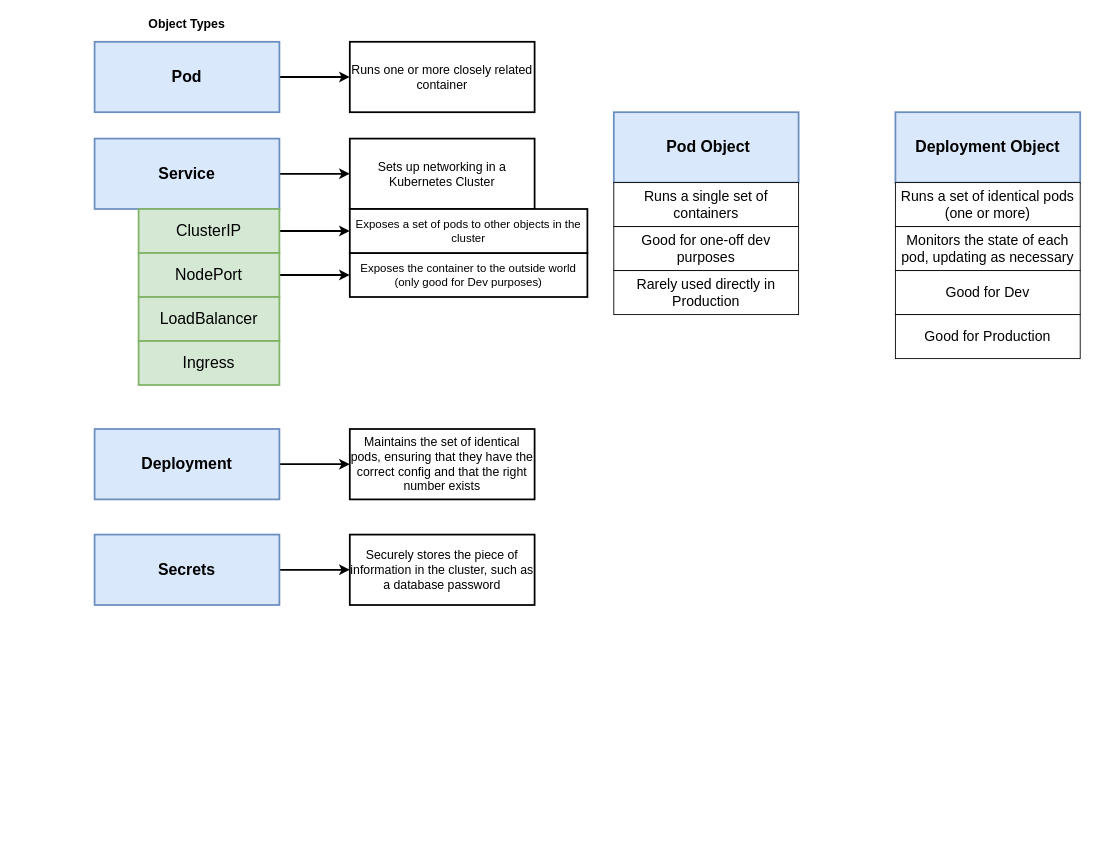
Above: page "Pods_Services" (6 of 11) of kubernetes/Kubernetes_Cluster.drawio in micheal08/mylearningdata (draw.io), before the change. Source tidied: cells renumbered, new cells numbered last; positions are measured from the earlier drawing's top-left corner, leaving out a move shared by most shapes. Both pictures are drawn from the tidied source at 88%, with x=0, y=0 at pixel (94, 15).
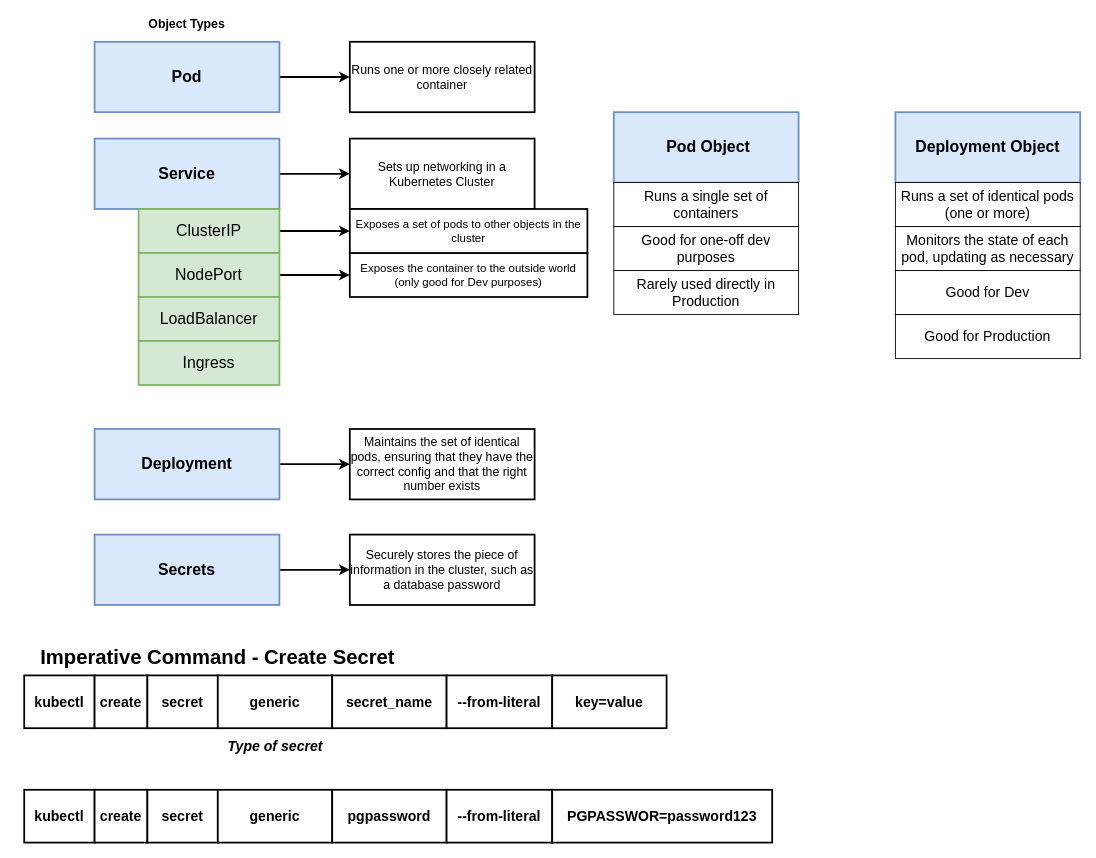
The same diagram, later.

Diff of the diagram source:
```diff
@@
+    <mxCell id="32" value="kubectl" style="rounded=0;whiteSpace=wrap;html=1;strokeWidth=2;fontSize=16;fontStyle=1;" parent="1" vertex="1">
+      <mxGeometry x="-80" y="750" width="80" height="60" as="geometry" />
+    </mxCell>
+    <mxCell id="33" value="create" style="rounded=0;whiteSpace=wrap;html=1;strokeWidth=2;fontSize=16;fontStyle=1;" parent="1" vertex="1">
+      <mxGeometry y="750" width="60" height="60" as="geometry" />
+    </mxCell>
+    <mxCell id="34" value="secret" style="rounded=0;whiteSpace=wrap;html=1;strokeWidth=2;fontSize=16;fontStyle=1;" parent="1" vertex="1">
+      <mxGeometry x="60" y="750" width="80" height="60" as="geometry" />
+    </mxCell>
+    <mxCell id="35" value="generic" style="rounded=0;whiteSpace=wrap;html=1;strokeWidth=2;fontSize=16;fontStyle=1;" parent="1" vertex="1">
+      <mxGeometry x="140" y="750" width="130" height="60" as="geometry" />
+    </mxCell>
+    <mxCell id="36" value="secret_name" style="rounded=0;whiteSpace=wrap;html=1;strokeWidth=2;fontSize=16;fontStyle=1;" parent="1" vertex="1">
+      <mxGeometry x="270" y="750" width="130" height="60" as="geometry" />
+    </mxCell>
+    <mxCell id="37" value="--from-literal" style="rounded=0;whiteSpace=wrap;html=1;strokeWidth=2;fontSize=16;fontStyle=1;" parent="1" vertex="1">
+      <mxGeometry x="400" y="750" width="120" height="60" as="geometry" />
+    </mxCell>
+    <mxCell id="38" value="key=value" style="rounded=0;whiteSpace=wrap;html=1;strokeWidth=2;fontSize=16;fontStyle=1;" parent="1" vertex="1">
+      <mxGeometry x="520" y="750" width="130" height="60" as="geometry" />
+    </mxCell>
+    <mxCell id="39" value="Imperative Command - Create Secret" style="text;html=1;strokeColor=none;fillColor=none;align=center;verticalAlign=middle;whiteSpace=wrap;rounded=0;fontSize=23;fontStyle=1;" parent="1" vertex="1">
+      <mxGeometry x="-90" y="720" width="460" height="20" as="geometry" />
+    </mxCell>
+    <mxCell id="40" value="Type of secret" style="text;html=1;strokeColor=none;fillColor=none;align=center;verticalAlign=middle;whiteSpace=wrap;rounded=0;fontSize=16;fontStyle=3;" parent="1" vertex="1">
+      <mxGeometry x="147.5" y="820" width="115" height="20" as="geometry" />
+    </mxCell>
+    <mxCell id="41" value="kubectl" style="rounded=0;whiteSpace=wrap;html=1;strokeWidth=2;fontSize=16;fontStyle=1;" parent="1" vertex="1">
+      <mxGeometry x="-80" y="880" width="80" height="60" as="geometry" />
+    </mxCell>
+    <mxCell id="42" value="create" style="rounded=0;whiteSpace=wrap;html=1;strokeWidth=2;fontSize=16;fontStyle=1;" parent="1" vertex="1">
+      <mxGeometry y="880" width="60" height="60" as="geometry" />
+    </mxCell>
+    <mxCell id="43" value="secret" style="rounded=0;whiteSpace=wrap;html=1;strokeWidth=2;fontSize=16;fontStyle=1;" parent="1" vertex="1">
+      <mxGeometry x="60" y="880" width="80" height="60" as="geometry" />
+    </mxCell>
+    <mxCell id="44" value="generic" style="rounded=0;whiteSpace=wrap;html=1;strokeWidth=2;fontSize=16;fontStyle=1;" parent="1" vertex="1">
+      <mxGeometry x="140" y="880" width="130" height="60" as="geometry" />
+    </mxCell>
+    <mxCell id="45" value="pgpassword" style="rounded=0;whiteSpace=wrap;html=1;strokeWidth=2;fontSize=16;fontStyle=1;" parent="1" vertex="1">
+      <mxGeometry x="270" y="880" width="130" height="60" as="geometry" />
+    </mxCell>
+    <mxCell id="46" value="--from-literal" style="rounded=0;whiteSpace=wrap;html=1;strokeWidth=2;fontSize=16;fontStyle=1;" parent="1" vertex="1">
+      <mxGeometry x="400" y="880" width="120" height="60" as="geometry" />
+    </mxCell>
+    <mxCell id="47" value="PGPASSWOR=password123" style="rounded=0;whiteSpace=wrap;html=1;strokeWidth=2;fontSize=16;fontStyle=1;" parent="1" vertex="1">
+      <mxGeometry x="520" y="880" width="250" height="60" as="geometry" />
+    </mxCell>
```
